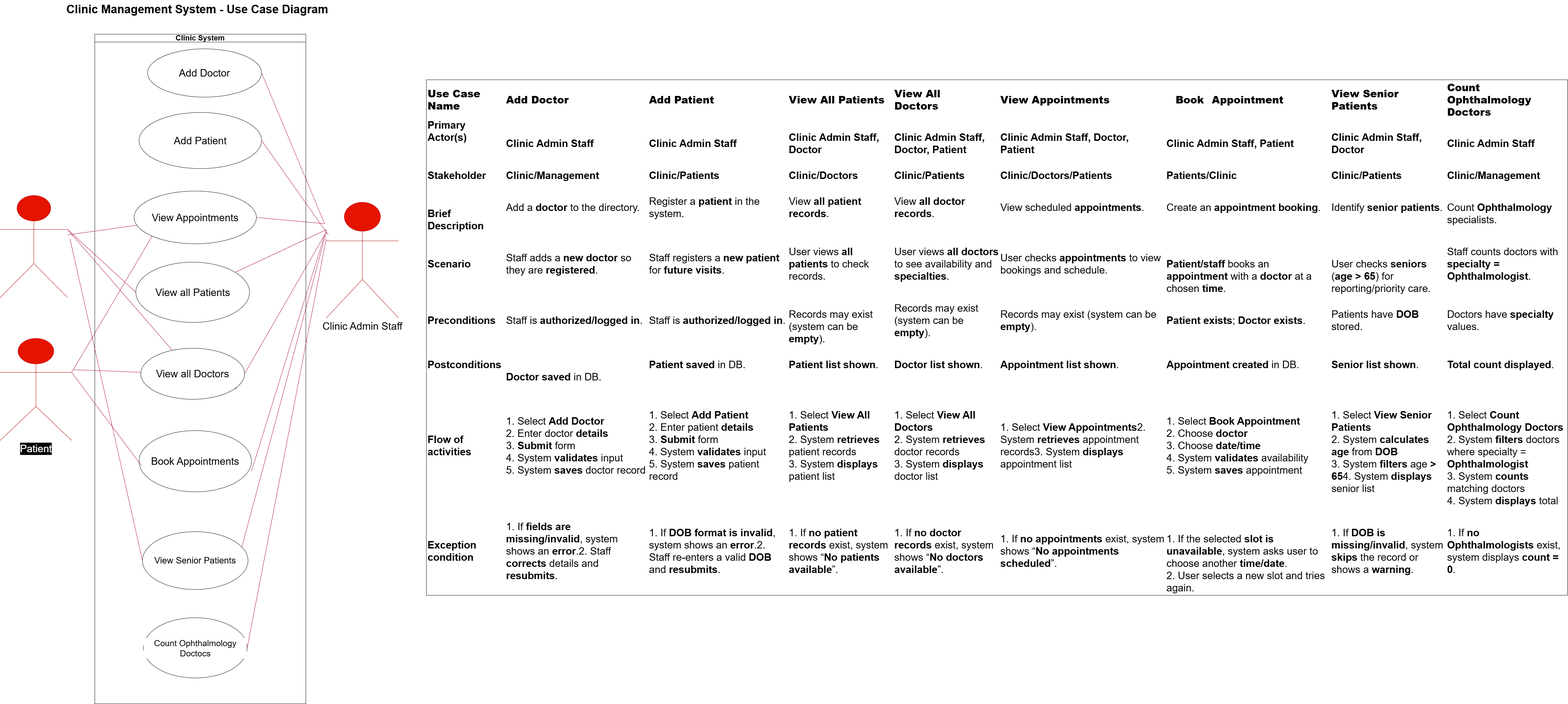
This is MS800W4_Act2_ClinicSystemUseCaseDiagram.png from RevesBenj/YCCIA_2511, a draw.io export, as it was before one commit. Source tidied: cells renumbered, new cells last; positions are measured from the earlier drawing's top-left corner, leaving out a move shared by most shapes.
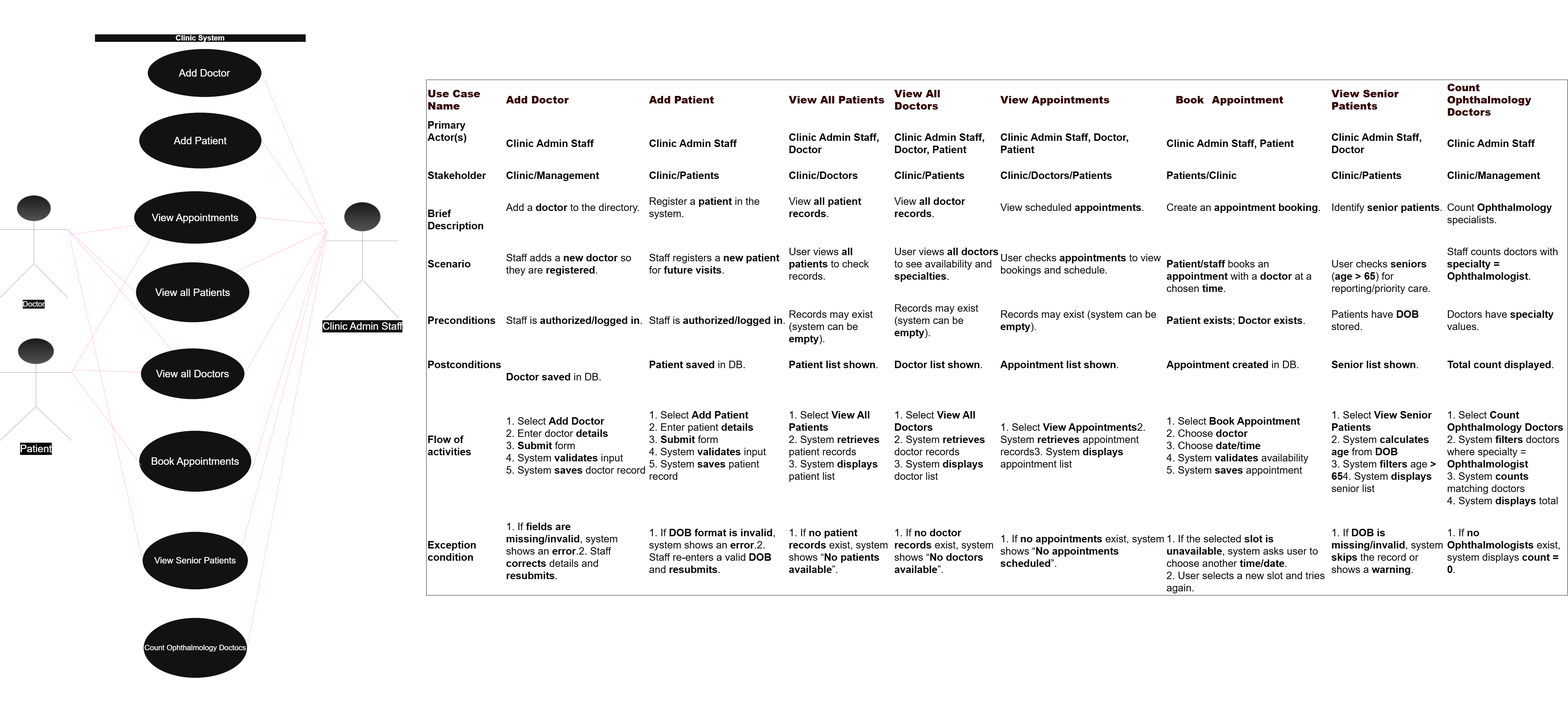
Above is the later version.

The edit, as a diff of the source:
```diff
@@ -2,16 +2,16 @@
   <root>
     <mxCell id="0" />
     <mxCell id="1" parent="0" />
-    <mxCell id="2" value="Doctor" style="shape=umlActor;verticalLabelPosition=bottom;verticalAlign=top;outlineConnect=0;fontSize=22;fillColor=#e51400;fontColor=light-dark(#FFFFFF,#CC0000);strokeColor=#B20000;labelBackgroundColor=none;" parent="1" vertex="1">
+    <mxCell id="2" value="Doctor" style="shape=umlActor;verticalLabelPosition=bottom;verticalAlign=top;outlineConnect=0;fontSize=22;fillColor=#f5f5f5;strokeColor=#666666;labelBackgroundColor=default;whiteSpace=wrap;textShadow=1;gradientColor=#b3b3b3;" parent="1" vertex="1">
       <mxGeometry y="574" width="198" height="300" as="geometry" />
     </mxCell>
     <mxCell id="3" value="&lt;h1 style=&quot;margin-top: 0px;&quot;&gt;Clinic Management System - Use Case Diagram&lt;/h1&gt;" style="text;html=1;whiteSpace=wrap;overflow=hidden;rounded=0;fontSize=17;" parent="1" vertex="1">
       <mxGeometry x="192.5" width="791" height="70" as="geometry" />
     </mxCell>
-    <mxCell id="4" value="Patient" style="shape=umlActor;verticalLabelPosition=bottom;verticalAlign=top;html=1;outlineConnect=0;fontSize=30;labelBackgroundColor=light-dark(#000000,#FFFFFF);fillColor=#e51400;fontColor=light-dark(#ffffff, #e70d0d);strokeColor=#B20000;" parent="1" vertex="1">
+    <mxCell id="4" value="Patient" style="shape=umlActor;verticalLabelPosition=bottom;verticalAlign=top;html=1;outlineConnect=0;fontSize=30;labelBackgroundColor=light-dark(#000000,#020202);fillColor=#f5f5f5;strokeColor=#666666;gradientColor=#b3b3b3;" parent="1" vertex="1">
       <mxGeometry y="994" width="210" height="300" as="geometry" />
     </mxCell>
-    <mxCell id="5" value="Clinic Admin Staff" style="shape=umlActor;verticalLabelPosition=bottom;verticalAlign=top;html=1;fontSize=30;labelBackgroundColor=default;fillColor=#e51400;fontColor=light-dark(#000000,#FF0000);strokeColor=#B20000;labelBorderColor=none;" parent="1" vertex="1">
+    <mxCell id="5" value="Clinic Admin Staff" style="shape=umlActor;verticalLabelPosition=bottom;verticalAlign=top;html=1;fontSize=30;labelBackgroundColor=default;fillColor=#f5f5f5;strokeColor=#666666;labelBorderColor=none;gradientColor=#b3b3b3;" parent="1" vertex="1">
       <mxGeometry x="958" y="594" width="212" height="340" as="geometry" />
     </mxCell>
     <mxCell id="6" style="endArrow=none;html=1;rounded=0;exitX=1;exitY=0.3333333333333333;exitDx=0;exitDy=0;exitPerimeter=0;fillColor=#d80073;strokeColor=#A50040;" parent="1" edge="1" source="2" target="21">
@@ -82,7 +82,7 @@
     <mxCell id="23" value="View all Patients" style="ellipse;whiteSpace=wrap;html=1;fontSize=30;labelBackgroundColor=default;labelBorderColor=none;" parent="16" vertex="1">
       <mxGeometry x="120.5" y="670" width="334" height="177" as="geometry" />
     </mxCell>
-    <mxCell id="24" value="&lt;font&gt;Count Ophthalmology Doctocs&lt;/font&gt;" style="ellipse;whiteSpace=wrap;html=1;fontSize=25;labelBorderColor=none;labelBackgroundColor=default;" parent="16" vertex="1">
+    <mxCell id="24" value="&lt;font&gt;Count Ophthalmology Doctocs&lt;/font&gt;" style="ellipse;whiteSpace=wrap;html=1;fontSize=22;labelBorderColor=none;labelBackgroundColor=default;" parent="16" vertex="1">
       <mxGeometry x="143" y="1715" width="304.5" height="177" as="geometry" />
     </mxCell>
     <mxCell id="25" style="endArrow=none;html=1;rounded=0;exitX=1;exitY=0.5;exitDx=0;exitDy=0;fillColor=#d80073;strokeColor=#A50040;" parent="1" edge="1" source="20">
```
